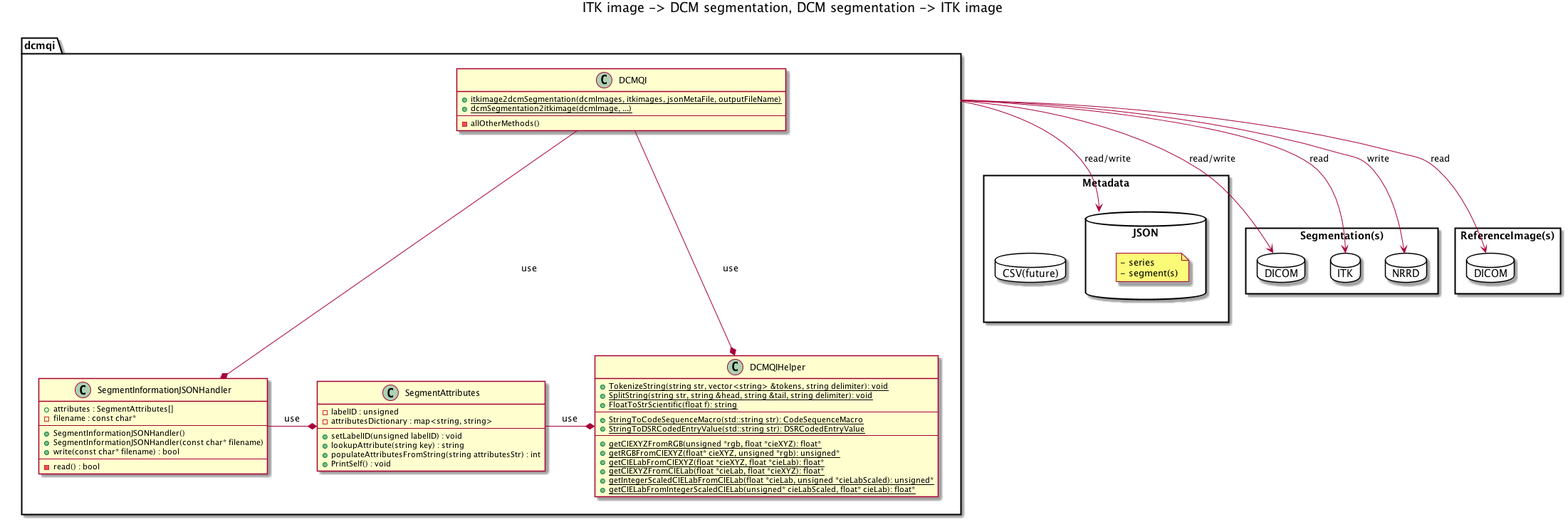
This is Design/DICOMSegmentationConverter.png from QIICR/dcmqi, a PlantUML export, as it was before one commit.
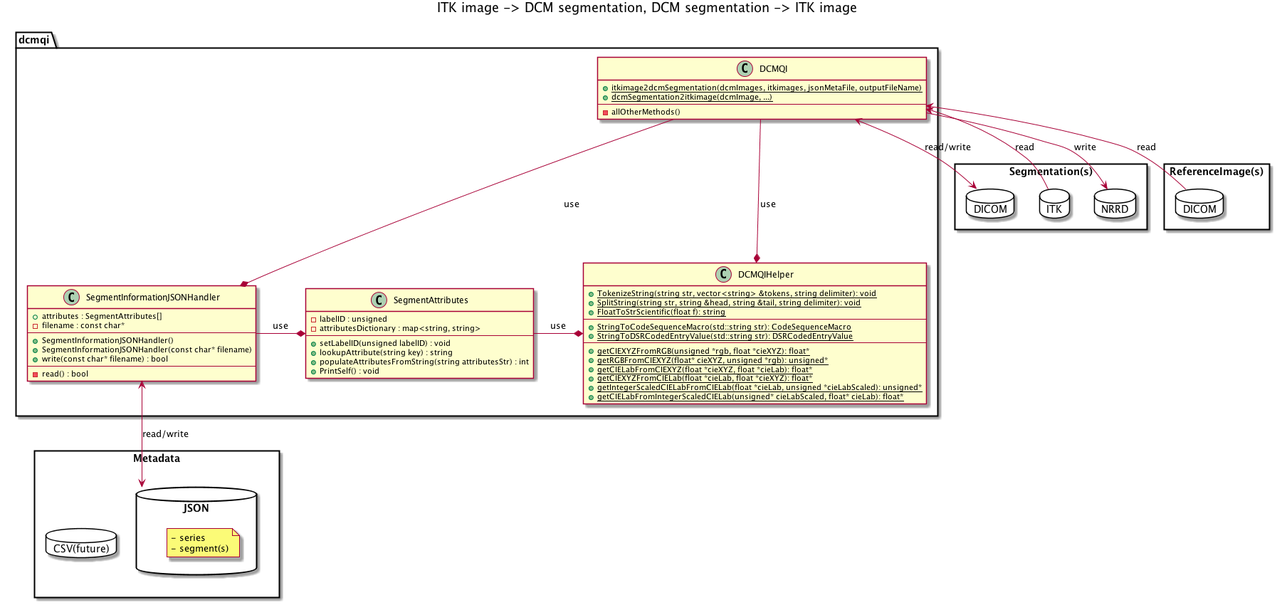
The same file after the commit.

Commit message:
ENH: Updated Design Document

What changed in the source:
```diff
@@ -34,12 +34,12 @@
 
     SegmentInformationJSONHandler -* SegmentAttributes : use
 
-    dcmqi -> JSON : read/write
-    dcmqi -> DICOM: read/write
-    dcmqi -> DICOM1: read
+    SegmentInformationJSONHandler <-> JSON : read/write
+    DCMQI <-> DICOM: read/write
+    DCMQI <- DICOM1: read
 
-    dcmqi -> ITK: read
-    dcmqi -> NRRD: write
+    DCMQI <- ITK: read
+    DCMQI -> NRRD: write
 
     SegmentAttributes -*  DCMQIHelper : use
 }
```
